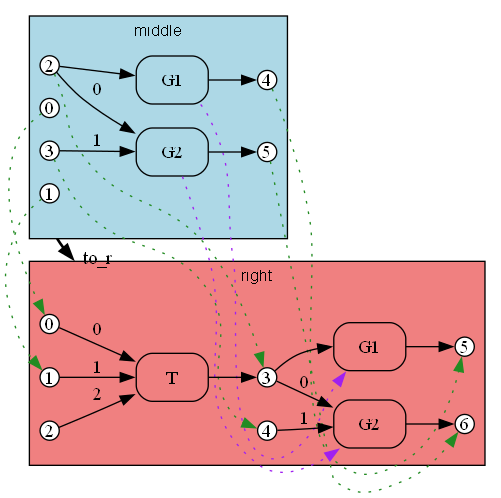
Above: crates/bhyp/images/test_copy_subst_commute/path2_substitution_result_span_to_r.png in ammatsui/bhypvis (Graphviz), before the change. Its source is kept beside it as crates/bhyp/images/test_copy_subst_commute/path2_substitution_result_span_to_r.dot.
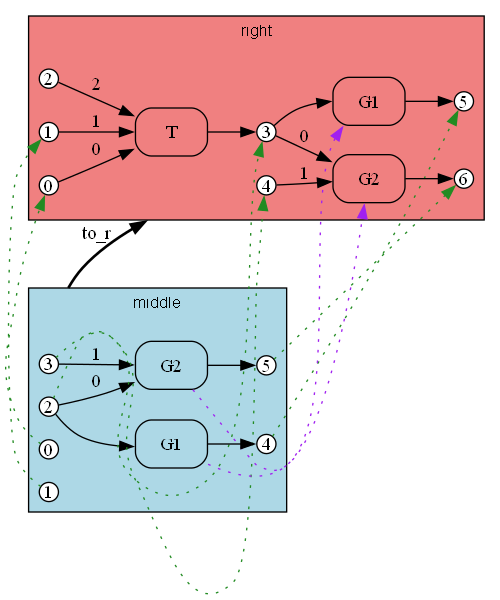
The same diagram one commit later.

Change to the diagram source:
```diff
@@ -12,19 +12,19 @@
     fontname="Helvetica";
     fontsize=12;
 
+    dom_n5 [label="5", shape=circle, style=filled, fillcolor=white, color="black", width=0.2, height=0.2, fixedsize=true];
+    dom_n1 [label="1", shape=circle, style=filled, fillcolor=white, color="black", width=0.2, height=0.2, fixedsize=true];
+    dom_n0 [label="0", shape=circle, style=filled, fillcolor=white, color="black", width=0.2, height=0.2, fixedsize=true];
     dom_n2 [label="2", shape=circle, style=filled, fillcolor=white, color="black", width=0.2, height=0.2, fixedsize=true];
-    dom_n1 [label="1", shape=circle, style=filled, fillcolor=white, color="black", width=0.2, height=0.2, fixedsize=true];
     dom_n3 [label="3", shape=circle, style=filled, fillcolor=white, color="black", width=0.2, height=0.2, fixedsize=true];
-    dom_n0 [label="0", shape=circle, style=filled, fillcolor=white, color="black", width=0.2, height=0.2, fixedsize=true];
     dom_n4 [label="4", shape=circle, style=filled, fillcolor=white, color="black", width=0.2, height=0.2, fixedsize=true];
-    dom_n5 [label="5", shape=circle, style=filled, fillcolor=white, color="black", width=0.2, height=0.2, fixedsize=true];
+    dom_e0 [label="G2", shape=box, style=rounded, color="black"];
     dom_e1 [label="G1", shape=box, style=rounded, color="black"];
-    dom_e0 [label="G2", shape=box, style=rounded, color="black"];
-    dom_n2 -> dom_e1 [label=""];
-    dom_e1 -> dom_n4 [label=""];
     dom_n2 -> dom_e0 [label="0"];
     dom_n3 -> dom_e0 [label="1"];
     dom_e0 -> dom_n5 [label=""];
+    dom_n2 -> dom_e1 [label=""];
+    dom_e1 -> dom_n4 [label=""];
     dom_anchor [shape=point, width=0, height=0, style=invis];
   }
 
@@ -35,13 +35,13 @@
     fontname="Helvetica";
     fontsize=12;
 
-    cod_n3 [label="3", shape=circle, style=filled, fillcolor=white, color="black", width=0.2, height=0.2, fixedsize=true];
     cod_n4 [label="4", shape=circle, style=filled, fillcolor=white, color="black", width=0.2, height=0.2, fixedsize=true];
     cod_n5 [label="5", shape=circle, style=filled, fillcolor=white, color="black", width=0.2, height=0.2, fixedsize=true];
-    cod_n2 [label="2", shape=circle, style=filled, fillcolor=white, color="black", width=0.2, height=0.2, fixedsize=true];
-    cod_n1 [label="1", shape=circle, style=filled, fillcolor=white, color="black", width=0.2, height=0.2, fixedsize=true];
     cod_n6 [label="6", shape=circle, style=filled, fillcolor=white, color="black", width=0.2, height=0.2, fixedsize=true];
     cod_n0 [label="0", shape=circle, style=filled, fillcolor=white, color="black", width=0.2, height=0.2, fixedsize=true];
+    cod_n1 [label="1", shape=circle, style=filled, fillcolor=white, color="black", width=0.2, height=0.2, fixedsize=true];
+    cod_n2 [label="2", shape=circle, style=filled, fillcolor=white, color="black", width=0.2, height=0.2, fixedsize=true];
+    cod_n3 [label="3", shape=circle, style=filled, fillcolor=white, color="black", width=0.2, height=0.2, fixedsize=true];
     cod_e1 [label="G2", shape=box, style=rounded, color="black"];
     cod_e0 [label="T", shape=box, style=rounded, color="black"];
     cod_e2 [label="G1", shape=box, style=rounded, color="black"];
@@ -57,14 +57,14 @@
     cod_anchor [shape=point, width=0, height=0, style=invis];
   }
 
+  dom_n2 -> cod_n3 [style=dotted, color=forestgreen, constraint=false];
   dom_n0 -> cod_n0 [style=dotted, color=forestgreen, constraint=false];
+  dom_n3 -> cod_n4 [style=dotted, color=forestgreen, constraint=false];
+  dom_n1 -> cod_n1 [style=dotted, color=forestgreen, constraint=false];
+  dom_n4 -> cod_n5 [style=dotted, color=forestgreen, constraint=false];
   dom_n5 -> cod_n6 [style=dotted, color=forestgreen, constraint=false];
-  dom_n3 -> cod_n4 [style=dotted, color=forestgreen, constraint=false];
-  dom_n4 -> cod_n5 [style=dotted, color=forestgreen, constraint=false];
-  dom_n1 -> cod_n1 [style=dotted, color=forestgreen, constraint=false];
-  dom_n2 -> cod_n3 [style=dotted, color=forestgreen, constraint=false];
+  dom_e1 -> cod_e2 [style=dotted, color=purple, constraint=false];
   dom_e0 -> cod_e1 [style=dotted, color=purple, constraint=false];
-  dom_e1 -> cod_e2 [style=dotted, color=purple, constraint=false];
 
   dom_anchor -> cod_anchor [lhead=cluster_codomain, ltail=cluster_domain, style=bold, color=black, label="to_r", penwidth=2];
 }
```
